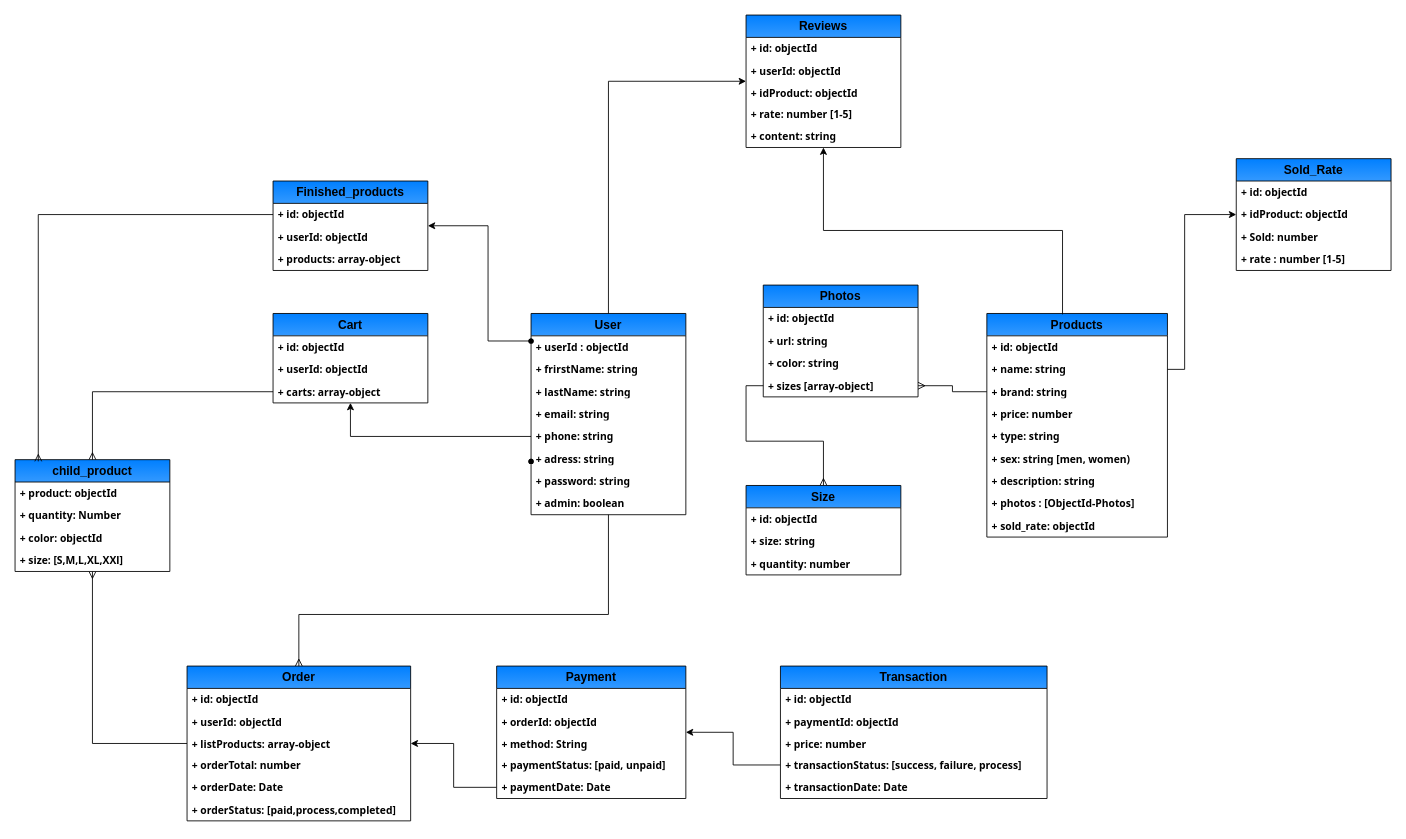
Baodt2911/FASCO keeps this draw.io diagram as Biểu đồ không có tiêu đề.drawio. Above is the earlier version. Source tidied: cells renumbered, new cells numbered last; positions are measured from the earlier drawing's top-left corner, leaving out a move shared by most shapes. Both pictures are drawn from the tidied source at 86%, with x=0, y=0 at pixel (15, 15).
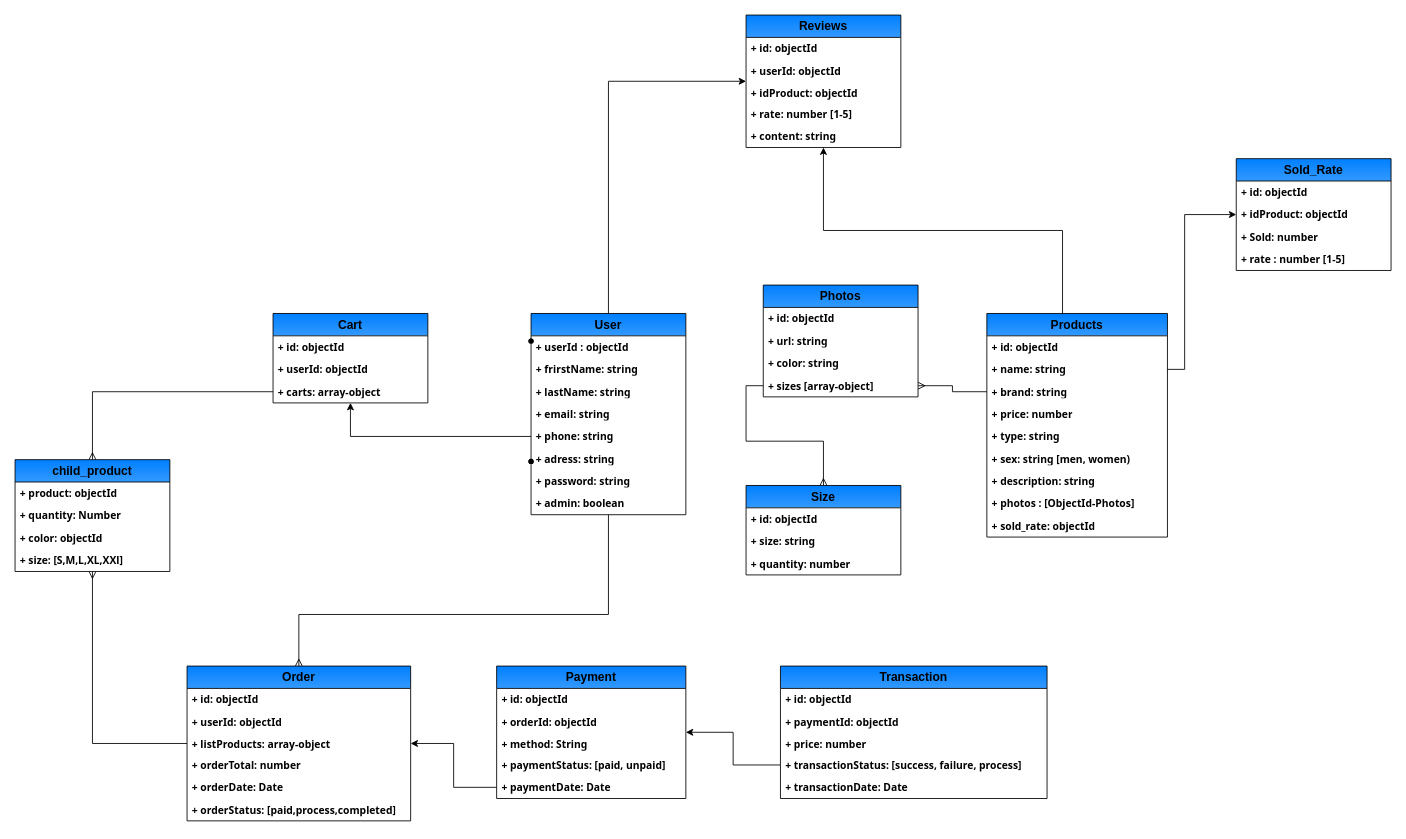
Above is the later version.

Commit message:
remove  table finish-product

Unchanged cells that the change refers to:
```xml
<mxCell id="40" style="shape=waypoint;sketch=0;size=6;points=[];fillColor=#007FFF;perimeter=centerPerimeter;snapToPoint=1;fontSize=14;fontStyle=1;startSize=26;rounded=0;glass=0;shadow=0;swimlaneFillColor=default;gradientColor=#3399FF;arcSize=50;" parent="1" vertex="1">
  <mxGeometry x="590" y="369" width="20" height="20" as="geometry" />
</mxCell>
<mxCell id="60" value="child_product" style="swimlane;fontStyle=1;horizontal=1;startSize=26;fillColor=#007FFF;whiteSpace=wrap;html=1;rounded=0;glass=0;shadow=0;swimlaneFillColor=default;gradientColor=#3399FF;fontSize=14;arcSize=50;" parent="1" vertex="1">
  <mxGeometry y="517" width="180" height="130" as="geometry" />
</mxCell>
```

Diff of the diagram source:
```diff
@@
-    <mxCell id="11" style="edgeStyle=orthogonalEdgeStyle;rounded=0;jettySize=auto;html=1;fontFamily=Helvetica;fontSize=14;fontColor=default;fontStyle=1;endArrow=none;endFill=0;startArrow=classic;startFill=1;" parent="1" edge="1" source="12" target="40">
-      <mxGeometry relative="1" as="geometry">
-        <Array as="points">
-          <mxPoint x="550" y="245" />
-          <mxPoint x="550" y="379" />
-        </Array>
-      </mxGeometry>
-    </mxCell>
-    <mxCell id="12" value="Finished_products" style="swimlane;fontStyle=1;horizontal=1;startSize=26;fillColor=#007FFF;whiteSpace=wrap;html=1;rounded=0;glass=0;shadow=0;swimlaneFillColor=default;gradientColor=#3399FF;fontSize=14;arcSize=50;" parent="1" vertex="1">
-      <mxGeometry x="300" y="193" width="180" height="104" as="geometry" />
-    </mxCell>
-    <mxCell id="13" value="+ id: objectId" style="text;strokeColor=none;fillColor=none;align=left;verticalAlign=top;spacingLeft=4;spacingRight=4;overflow=hidden;points=[[0,0.5],[1,0.5]];portConstraint=eastwest;whiteSpace=wrap;html=1;fontSize=12;fontStyle=1;fontFamily=Tahoma;" parent="12" vertex="1">
-      <mxGeometry y="26" width="180" height="26" as="geometry" />
-    </mxCell>
-    <mxCell id="14" value="+ userId: objectId" style="text;strokeColor=none;fillColor=none;align=left;verticalAlign=top;spacingLeft=4;spacingRight=4;overflow=hidden;whiteSpace=wrap;html=1;fontFamily=Tahoma;fontStyle=1;" parent="12" vertex="1">
-      <mxGeometry y="52" width="180" height="26" as="geometry" />
-    </mxCell>
-    <mxCell id="15" value="+ products: array-object" style="text;strokeColor=none;fillColor=none;align=left;verticalAlign=top;spacingLeft=4;spacingRight=4;overflow=hidden;whiteSpace=wrap;html=1;fontFamily=Tahoma;fontStyle=1;" parent="12" vertex="1">
-      <mxGeometry y="78" width="180" height="26" as="geometry" />
-    </mxCell>
@@
-    <mxCell id="89" style="edgeStyle=orthogonalEdgeStyle;rounded=0;jettySize=auto;html=1;startArrow=ERmany;startFill=0;endArrow=none;endFill=0;entryX=0;entryY=0.5;entryDx=0;entryDy=0;exitX=0.15;exitY=0.015;exitDx=0;exitDy=0;exitPerimeter=0;" parent="1" edge="1" source="60" target="13">
-      <mxGeometry relative="1" as="geometry" />
-    </mxCell>
```
